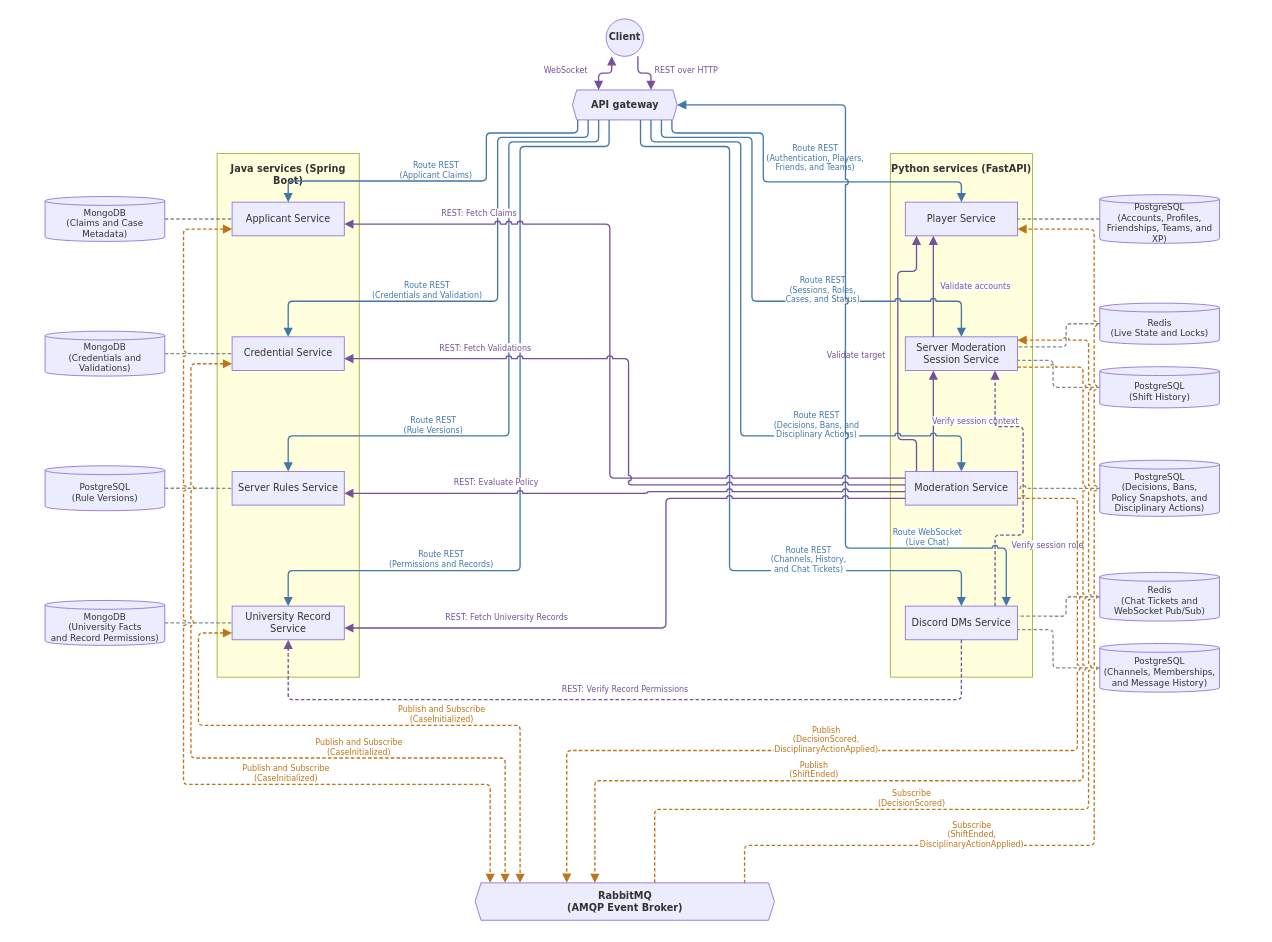
ChillGuysStudio/student-id-please keeps this draw.io diagram as docs/architecture.drawio. Above is the earlier version. Source tidied: cells renumbered, new cells numbered last; positions are measured from the earlier drawing's top-left corner, leaving out a move shared by most shapes. Both pictures are drawn from the tidied source at 44%, with x=0, y=0 at pixel (7, 7).
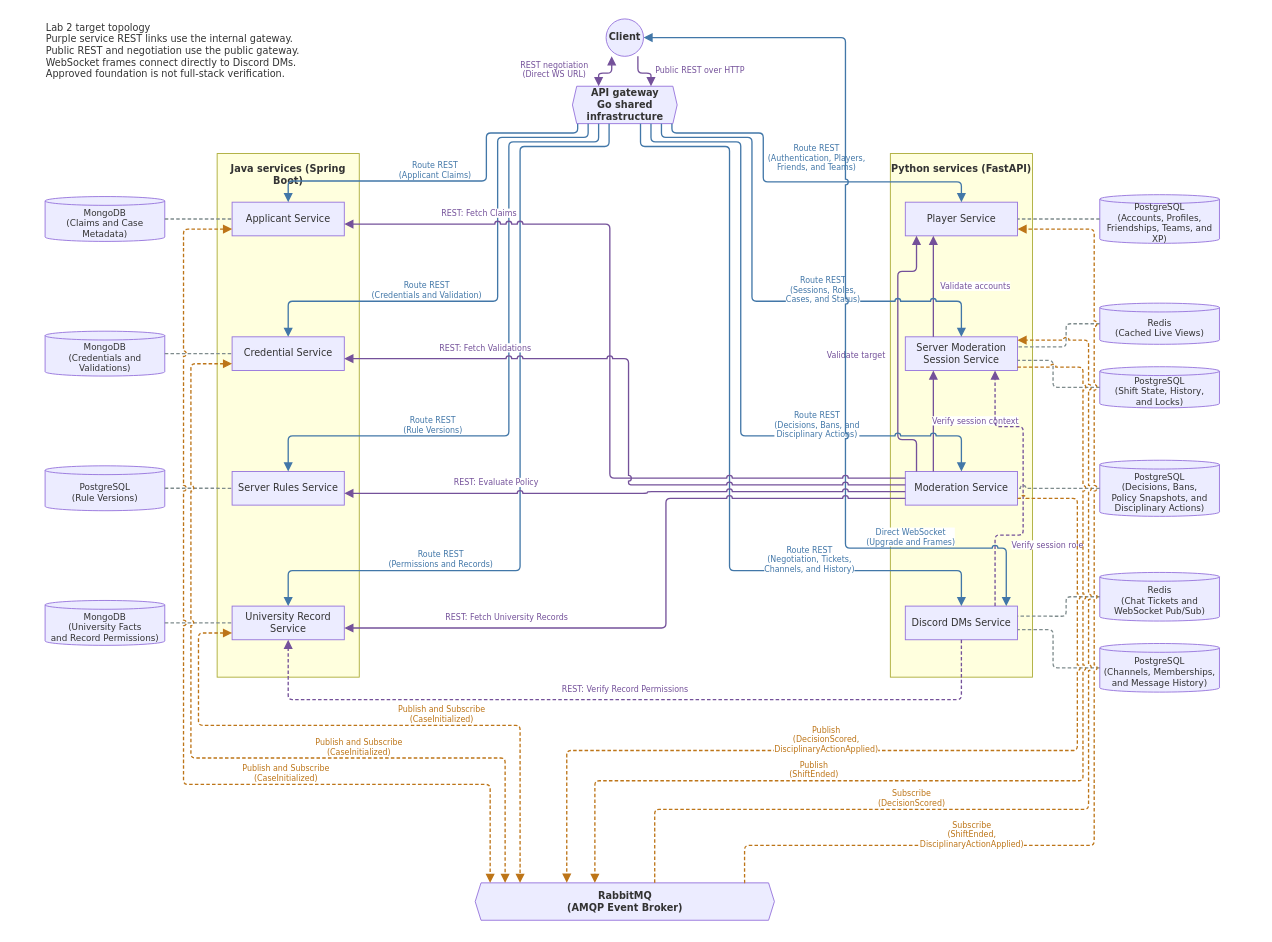
Above is the later version.

Commit message (it also covers changes not shown here):
docs(lab-2): document gateway negotiation and direct chat

Unchanged cells that the change refers to:
```xml
<mxCell id="2" style="group;transparentBounds=1;editIcon=1;lockedGroup=0;groupPadding=10;fontSize=22;strokeWidth=0;" parent="1" vertex="1">
  <mxGeometry width="2856" height="2108" as="geometry" />
</mxCell>
<mxCell id="12" value="Discord DMs Service" style="html=1;whiteSpace=wrap;fillColor=light-dark(#ECECFF,#1f2020);strokeColor=light-dark(#9370DB,#cccccc);fontColor=light-dark(#333333,#cccccc);fontFamily=Trebuchet MS,Verdana,Arial,sans-serif;fontSize=22;strokeWidth=2;" parent="8" vertex="1">
  <mxGeometry x="34" y="1028.5" width="255" height="76.5" as="geometry" />
</mxCell>
<mxCell id="17" value="Client" style="ellipse;html=1;whiteSpace=wrap;fillColor=light-dark(#ECECFF,#1f2020);strokeColor=light-dark(#9370DB,#cccccc);fontColor=light-dark(#333333,#cccccc);fontFamily=Trebuchet MS,Verdana,Arial,sans-serif;fontSize=22;strokeWidth=2;fontStyle=1;" parent="2" vertex="1">
  <mxGeometry x="1360" y="25.5" width="85" height="85" as="geometry" />
</mxCell>
```

Diff of the diagram source:
```diff
@@
-    <mxCell id="18" value="API gateway" style="html=1;shape=hexagon;perimeter=hexagonPerimeter2;fixedSize=1;size=9.75;whiteSpace=wrap;fillColor=light-dark(#ECECFF,#1f2020);strokeColor=light-dark(#9370DB,#cccccc);fontColor=light-dark(#333333,#cccccc);fontFamily=Trebuchet MS,Verdana,Arial,sans-serif;fontSize=22;strokeWidth=2;fontStyle=1;" parent="2" vertex="1">
-      <mxGeometry x="1283.5" y="187" width="238" height="68" as="geometry" />
+    <mxCell id="18" value="API gateway&#10;Go shared&#10;infrastructure" style="html=1;shape=hexagon;perimeter=hexagonPerimeter2;fixedSize=1;size=9.75;whiteSpace=wrap;fillColor=light-dark(#ECECFF,#1f2020);strokeColor=light-dark(#9370DB,#cccccc);fontColor=light-dark(#333333,#cccccc);fontFamily=Trebuchet MS,Verdana,Arial,sans-serif;fontSize=22;strokeWidth=2;fontStyle=1;" parent="2" vertex="1">
+      <mxGeometry x="1283.5" y="178.5" width="238" height="85" as="geometry" />
     </mxCell>
@@
-    <mxCell id="26" value="Redis&#10;(Live State and Locks)" style="html=1;shape=cylinder3;boundedLbl=1;backgroundOutline=1;size=10;whiteSpace=wrap;fillColor=light-dark(#ECECFF,#1f2020);strokeColor=light-dark(#9370DB,#cccccc);fontColor=light-dark(#333333,#cccccc);fontFamily=Trebuchet MS,Verdana,Arial,sans-serif;fontSize=20;strokeWidth=2;" parent="2" vertex="1">
+    <mxCell id="26" value="Redis&#10;(Cached Live Views)" style="html=1;shape=cylinder3;boundedLbl=1;backgroundOutline=1;size=10;whiteSpace=wrap;fillColor=light-dark(#ECECFF,#1f2020);strokeColor=light-dark(#9370DB,#cccccc);fontColor=light-dark(#333333,#cccccc);fontFamily=Trebuchet MS,Verdana,Arial,sans-serif;fontSize=20;strokeWidth=2;" parent="2" vertex="1">
       <mxGeometry x="2482" y="671.5" width="272" height="93.5" as="geometry" />
     </mxCell>
-    <mxCell id="27" value="PostgreSQL&#10;(Shift History)" style="html=1;shape=cylinder3;boundedLbl=1;backgroundOutline=1;size=10;whiteSpace=wrap;fillColor=light-dark(#ECECFF,#1f2020);strokeColor=light-dark(#9370DB,#cccccc);fontColor=light-dark(#333333,#cccccc);fontFamily=Trebuchet MS,Verdana,Arial,sans-serif;fontSize=20;strokeWidth=2;" parent="2" vertex="1">
+    <mxCell id="27" value="PostgreSQL&#10;(Shift State, History,&#10;and Locks)" style="html=1;shape=cylinder3;boundedLbl=1;backgroundOutline=1;size=10;whiteSpace=wrap;fillColor=light-dark(#ECECFF,#1f2020);strokeColor=light-dark(#9370DB,#cccccc);fontColor=light-dark(#333333,#cccccc);fontFamily=Trebuchet MS,Verdana,Arial,sans-serif;fontSize=20;strokeWidth=2;" parent="2" vertex="1">
       <mxGeometry x="2482" y="816" width="272" height="93.5" as="geometry" />
     </mxCell>
@@
-    <mxCell id="40" value="WebSocket" style="edgeStyle=orthogonalEdgeStyle;startArrow=block;endArrow=block;html=1;fontFamily=Trebuchet MS,Verdana,Arial,sans-serif;exitX=0.15;exitY=1;entryX=0.25;entryY=0;exitPerimeter=0;entryPerimeter=0;strokeColor=#74519a;fontColor=#74519a;jumpStyle=arc;rounded=1;curved=0;fontSize=18;strokeWidth=3;startSize=13;endSize=13;jumpSize=9;labelBackgroundColor=#ffffff;spacing=3;" parent="2" edge="1" source="17" target="18">
+    <mxCell id="40" value="REST negotiation&#10;(Direct WS URL)" style="edgeStyle=orthogonalEdgeStyle;startArrow=block;endArrow=block;html=1;fontFamily=Trebuchet MS,Verdana,Arial,sans-serif;exitX=0.15;exitY=1;entryX=0.25;entryY=0;exitPerimeter=0;entryPerimeter=0;strokeColor=#74519a;fontColor=#74519a;jumpStyle=arc;rounded=1;curved=0;fontSize=18;strokeWidth=3;startSize=13;endSize=13;jumpSize=9;labelBackgroundColor=#ffffff;spacing=3;" parent="2" edge="1" source="17" target="18">
       <mxGeometry relative="1" as="geometry">
         <Array as="points">
           <mxPoint x="1372.8" y="148.8" />
           <mxPoint x="1343" y="148.8" />
         </Array>
-        <mxPoint x="-90" y="-8" as="offset" />
+        <mxPoint x="-120" y="-8" as="offset" />
       </mxGeometry>
     </mxCell>
-    <mxCell id="41" value="REST over HTTP" style="edgeStyle=orthogonalEdgeStyle;startArrow=none;endArrow=block;html=1;fontFamily=Trebuchet MS,Verdana,Arial,sans-serif;exitX=0.85;exitY=1;entryX=0.75;entryY=0;exitPerimeter=0;entryPerimeter=0;strokeColor=#74519a;fontColor=#74519a;jumpStyle=arc;rounded=1;curved=0;fontSize=18;strokeWidth=3;startSize=13;endSize=13;jumpSize=9;labelBackgroundColor=#ffffff;spacing=3;" parent="2" edge="1" source="17" target="18">
+    <mxCell id="41" value="Public REST over HTTP" style="edgeStyle=orthogonalEdgeStyle;startArrow=none;endArrow=block;html=1;fontFamily=Trebuchet MS,Verdana,Arial,sans-serif;exitX=0.85;exitY=1;entryX=0.75;entryY=0;exitPerimeter=0;entryPerimeter=0;strokeColor=#74519a;fontColor=#74519a;jumpStyle=arc;rounded=1;curved=0;fontSize=18;strokeWidth=3;startSize=13;endSize=13;jumpSize=9;labelBackgroundColor=#ffffff;spacing=3;" parent="2" edge="1" source="17" target="18">
       <mxGeometry relative="1" as="geometry">
         <Array as="points">
           <mxPoint x="1432.2" y="148.8" />
           <mxPoint x="1462" y="148.8" />
         </Array>
-        <mxPoint x="95" y="-8" as="offset" />
+        <mxPoint x="130" y="-8" as="offset" />
       </mxGeometry>
     </mxCell>
@@
-    <mxCell id="49" value="Route REST&#10;(Channels, History,&#10;and Chat Tickets)" style="edgeStyle=orthogonalEdgeStyle;startArrow=none;endArrow=block;html=1;fontFamily=Trebuchet MS,Verdana,Arial,sans-serif;exitX=0.6499999999999999;exitY=1;entryX=0.5;entryY=0;exitPerimeter=0;entryPerimeter=0;strokeColor=#4277a8;fontColor=#4277a8;jumpStyle=arc;rounded=1;curved=0;fontSize=18;strokeWidth=3;startSize=13;endSize=13;jumpSize=9;labelBackgroundColor=#ffffff;spacing=3;" parent="2" edge="1" source="18" target="12">
+    <mxCell id="49" value="Route REST&#10;(Negotiation, Tickets,&#10;Channels, and History)" style="edgeStyle=orthogonalEdgeStyle;startArrow=none;endArrow=block;html=1;fontFamily=Trebuchet MS,Verdana,Arial,sans-serif;exitX=0.6499999999999999;exitY=1;entryX=0.5;entryY=0;exitPerimeter=0;entryPerimeter=0;strokeColor=#4277a8;fontColor=#4277a8;jumpStyle=arc;rounded=1;curved=0;fontSize=18;strokeWidth=3;startSize=13;endSize=13;jumpSize=9;labelBackgroundColor=#ffffff;spacing=3;" parent="2" edge="1" source="18" target="12">
       <mxGeometry x="0.62" relative="1" as="geometry">
         <Array as="points">
           <mxPoint x="1438.2" y="315.4" />
           <mxPoint x="1640.5" y="315.4" />
           <mxPoint x="1640.5" y="1279.2" />
           <mxPoint x="2167.5" y="1279.2" />
         </Array>
         <mxPoint x="-80" y="-25" as="offset" />
       </mxGeometry>
     </mxCell>
-    <mxCell id="50" value="Route WebSocket&#10;(Live Chat)" style="edgeStyle=orthogonalEdgeStyle;startArrow=block;endArrow=block;html=1;fontFamily=Trebuchet MS,Verdana,Arial,sans-serif;exitX=1;exitY=0.5;entryX=0.9;entryY=0;exitPerimeter=0;entryPerimeter=0;strokeColor=#4277a8;fontColor=#4277a8;jumpStyle=arc;rounded=1;curved=0;fontSize=18;strokeWidth=3;startSize=13;endSize=13;jumpSize=9;labelBackgroundColor=#ffffff;spacing=3;" parent="2" edge="1" source="18" target="12">
+    <mxCell id="50" value="Direct WebSocket&#10;(Upgrade and Frames)" style="edgeStyle=orthogonalEdgeStyle;startArrow=block;endArrow=block;html=1;fontFamily=Trebuchet MS,Verdana,Arial,sans-serif;exitX=1;exitY=0.5;entryX=0.9;entryY=0;exitPerimeter=0;entryPerimeter=0;strokeColor=#4277a8;fontColor=#4277a8;jumpStyle=arc;rounded=1;curved=0;fontSize=18;strokeWidth=3;startSize=13;endSize=13;jumpSize=9;labelBackgroundColor=#ffffff;spacing=3;" parent="2" edge="1" source="17" target="12">
       <mxGeometry x="0.67" relative="1" as="geometry">
         <Array as="points">
-          <mxPoint x="1904" y="221" />
+          <mxPoint x="1904" y="68" />
           <mxPoint x="1904" y="1228.2" />
           <mxPoint x="2269.5" y="1228.2" />
         </Array>
         <mxPoint y="-25" as="offset" />
       </mxGeometry>
     </mxCell>
@@
+    <mxCell id="63" value="Lab 2 target topology&#10;Purple service REST links use the internal gateway.&#10;Public REST and negotiation use the public gateway.&#10;WebSocket frames connect directly to Discord DMs.&#10;Approved foundation is not full-stack verification." style="text;html=1;whiteSpace=wrap;align=left;verticalAlign=top;fontFamily=Trebuchet MS,Verdana,Arial,sans-serif;fontSize=22;fontColor=#333333;strokeColor=none;fillColor=none;" parent="2" vertex="1">
+      <mxGeometry x="85" y="25.5" width="850" height="190" as="geometry" />
+    </mxCell>
```
